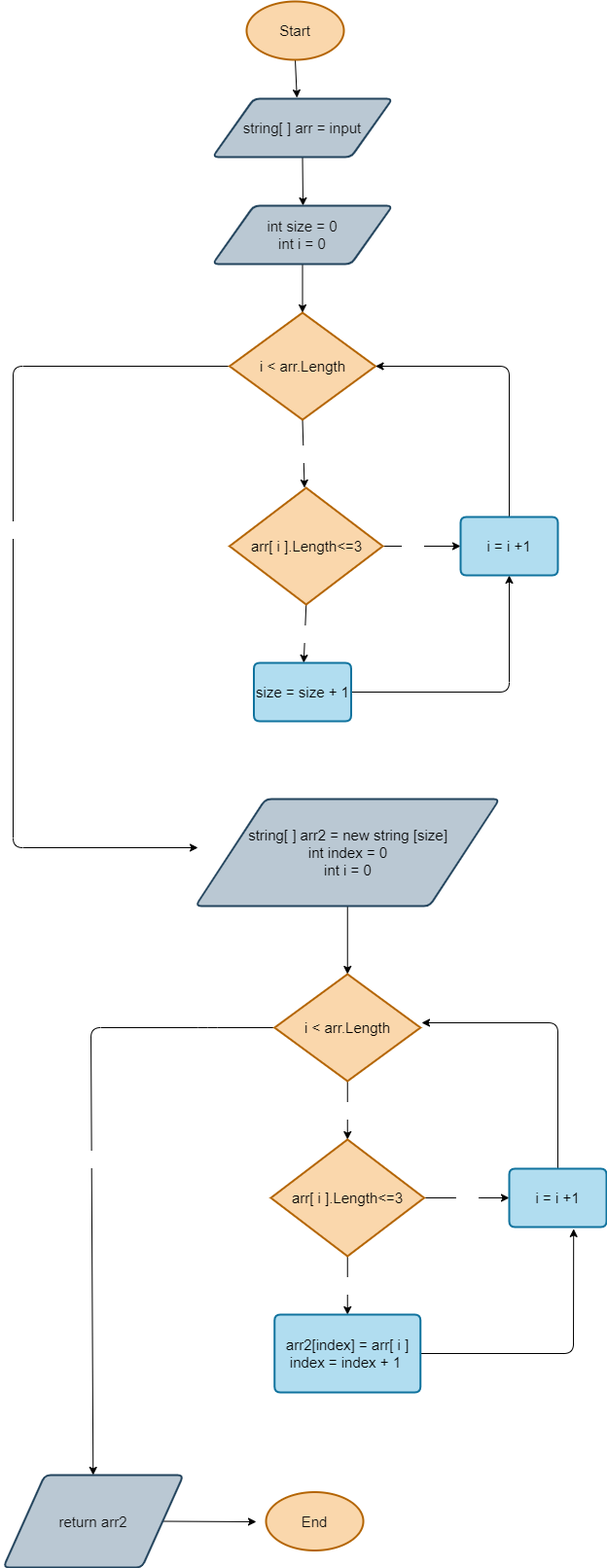
Above: pic.drawio.png in ManUNITED91/TheFirstMainTest (draw.io), before the change. Source tidied: cells renumbered, new cells last; positions are measured from the earlier drawing's top-left corner, leaving out a move shared by most shapes.
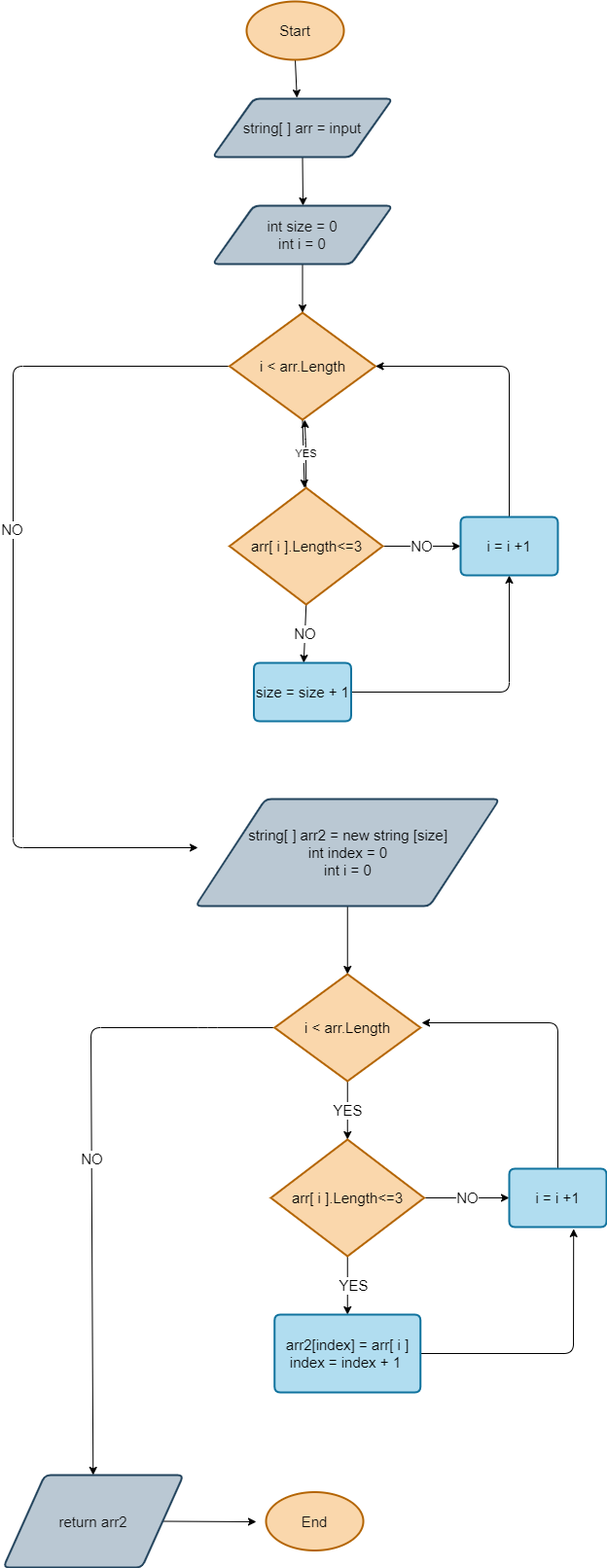
Above is the later version.

Commit message:
color changes in  block diagram

Change to the diagram source:
```diff
@@ -36,21 +36,25 @@
         </Array>
       </mxGeometry>
     </mxCell>
-    <mxCell id="10" value="NO" style="edgeLabel;html=1;align=center;verticalAlign=middle;fontSize=15;fontColor=#FFFFFF;" parent="9" vertex="1">
+    <mxCell id="10" value="&lt;font color=&quot;#000000&quot;&gt;NO&lt;/font&gt;" style="edgeLabel;html=1;align=center;verticalAlign=middle;fontSize=15;fontColor=#FFFFFF;" parent="9" vertex="1">
       <mxGeometry x="-0.14" y="-2" relative="1" as="geometry" />
     </mxCell>
     <mxCell id="11" value="&lt;font color=&quot;#000000&quot;&gt;i &amp;lt; arr.Length&lt;/font&gt;" style="strokeWidth=2;html=1;shape=mxgraph.flowchart.decision;whiteSpace=wrap;fontSize=15;fillColor=#fad7ac;strokeColor=#b46504;" parent="1" vertex="1">
       <mxGeometry x="232.5" y="320" width="150" height="110" as="geometry" />
     </mxCell>
-    <mxCell id="12" value="&lt;font color=&quot;#ffffff&quot;&gt;YES&lt;/font&gt;" style="edgeStyle=none;html=1;exitX=0.5;exitY=1;exitDx=0;exitDy=0;exitPerimeter=0;fontSize=15;fontColor=#000000;" parent="1" edge="1" source="15" target="17">
+    <mxCell id="12" value="NO" style="edgeStyle=none;html=1;exitX=0.5;exitY=1;exitDx=0;exitDy=0;exitPerimeter=0;fontSize=15;fontColor=#000000;" parent="1" edge="1" source="15" target="17">
       <mxGeometry relative="1" as="geometry" />
     </mxCell>
-    <mxCell id="13" style="edgeStyle=none;html=1;exitX=1;exitY=0.5;exitDx=0;exitDy=0;exitPerimeter=0;entryX=0;entryY=0.5;entryDx=0;entryDy=0;fontSize=15;fontColor=#000000;" parent="1" edge="1" source="15" target="19">
+    <mxCell id="13" value="NO" style="edgeStyle=none;html=1;exitX=1;exitY=0.5;exitDx=0;exitDy=0;exitPerimeter=0;entryX=0;entryY=0.5;entryDx=0;entryDy=0;fontSize=15;fontColor=#000000;" parent="1" edge="1" source="15" target="19">
       <mxGeometry relative="1" as="geometry" />
     </mxCell>
-    <mxCell id="14" value="NO" style="edgeLabel;html=1;align=center;verticalAlign=middle;fontSize=15;fontColor=#FFFFFF;" parent="13" vertex="1">
-      <mxGeometry x="-0.25" y="-3" relative="1" as="geometry" />
-    </mxCell>
+    <mxCell id="35" value="&lt;font color=&quot;#000000&quot;&gt;YES&lt;/font&gt;" style="edgeStyle=none;html=1;" parent="1" edge="1" source="15" target="11">
+      <mxGeometry relative="1" as="geometry">
+        <Array as="points">
+          <mxPoint x="311" y="460" />
+        </Array>
+      </mxGeometry>
+    </mxCell>
     <mxCell id="15" value="&lt;font color=&quot;#000000&quot;&gt;arr[ i ].Length&amp;lt;=3&lt;/font&gt;" style="strokeWidth=2;html=1;shape=mxgraph.flowchart.decision;whiteSpace=wrap;fontSize=15;fillColor=#fad7ac;strokeColor=#b46504;" parent="1" vertex="1">
       <mxGeometry x="232.5" y="500" width="157.5" height="120" as="geometry" />
     </mxCell>
@@ -80,10 +84,10 @@
     <mxCell id="21" value="&lt;font color=&quot;#000000&quot;&gt;string[ ] arr2 = new string [size]&lt;br&gt;int index = 0&lt;br&gt;int i = 0&lt;br&gt;&lt;/font&gt;" style="shape=parallelogram;html=1;strokeWidth=2;perimeter=parallelogramPerimeter;whiteSpace=wrap;rounded=1;arcSize=12;size=0.23;fontSize=15;fillColor=#bac8d3;strokeColor=#23445d;" parent="1" vertex="1">
       <mxGeometry x="197.5" y="820" width="312.5" height="110" as="geometry" />
     </mxCell>
-    <mxCell id="22" value="&lt;font color=&quot;#ffffff&quot;&gt;YES&lt;/font&gt;" style="edgeStyle=none;html=1;exitX=0.5;exitY=1;exitDx=0;exitDy=0;exitPerimeter=0;entryX=0.5;entryY=0;entryDx=0;entryDy=0;entryPerimeter=0;fontSize=15;fontColor=#000000;" parent="1" edge="1" source="24" target="27">
+    <mxCell id="22" value="YES" style="edgeStyle=none;html=1;exitX=0.5;exitY=1;exitDx=0;exitDy=0;exitPerimeter=0;entryX=0.5;entryY=0;entryDx=0;entryDy=0;entryPerimeter=0;fontSize=15;fontColor=#000000;" parent="1" edge="1" source="24" target="27">
       <mxGeometry relative="1" as="geometry" />
     </mxCell>
-    <mxCell id="23" value="NO" style="edgeStyle=none;html=1;exitX=0;exitY=0.5;exitDx=0;exitDy=0;exitPerimeter=0;fontSize=15;fontColor=#FFFFFF;" parent="1" edge="1" source="24" target="33">
+    <mxCell id="23" value="&lt;font color=&quot;#000000&quot;&gt;NO&lt;/font&gt;" style="edgeStyle=none;html=1;exitX=0;exitY=0.5;exitDx=0;exitDy=0;exitPerimeter=0;fontSize=15;fontColor=#FFFFFF;" parent="1" edge="1" source="24" target="33">
       <mxGeometry relative="1" as="geometry">
         <Array as="points">
           <mxPoint x="210" y="1055" />
@@ -94,10 +98,10 @@
     <mxCell id="24" value="&lt;font color=&quot;#000000&quot;&gt;i &amp;lt; arr.Length&lt;/font&gt;" style="strokeWidth=2;html=1;shape=mxgraph.flowchart.decision;whiteSpace=wrap;fontSize=15;fillColor=#fad7ac;strokeColor=#b46504;" parent="1" vertex="1">
       <mxGeometry x="278.8" y="1000" width="150" height="110" as="geometry" />
     </mxCell>
-    <mxCell id="25" value="&lt;font color=&quot;#ffffff&quot;&gt;YES&lt;/font&gt;" style="edgeStyle=none;html=1;entryX=0.5;entryY=0;entryDx=0;entryDy=0;fontSize=15;fontColor=#000000;" parent="1" edge="1" source="27" target="29">
-      <mxGeometry relative="1" as="geometry" />
+    <mxCell id="25" value="YES" style="edgeStyle=none;html=1;entryX=0.5;entryY=0;entryDx=0;entryDy=0;fontSize=15;fontColor=#000000;" parent="1" edge="1" source="27" target="29">
+      <mxGeometry y="6" relative="1" as="geometry" />
     </mxCell>
-    <mxCell id="26" value="&lt;font color=&quot;#ffffff&quot;&gt;NO&lt;/font&gt;" style="edgeStyle=none;html=1;exitX=1;exitY=0.5;exitDx=0;exitDy=0;exitPerimeter=0;fontSize=15;fontColor=#000000;" parent="1" edge="1" source="27" target="31">
+    <mxCell id="26" value="NO" style="edgeStyle=none;html=1;exitX=1;exitY=0.5;exitDx=0;exitDy=0;exitPerimeter=0;fontSize=15;fontColor=#000000;" parent="1" edge="1" source="27" target="31">
       <mxGeometry relative="1" as="geometry" />
     </mxCell>
     <mxCell id="27" value="&lt;font color=&quot;#000000&quot;&gt;arr[ i ].Length&amp;lt;=3&lt;/font&gt;" style="strokeWidth=2;html=1;shape=mxgraph.flowchart.decision;whiteSpace=wrap;fontSize=15;fillColor=#fad7ac;strokeColor=#b46504;" parent="1" vertex="1">
```
